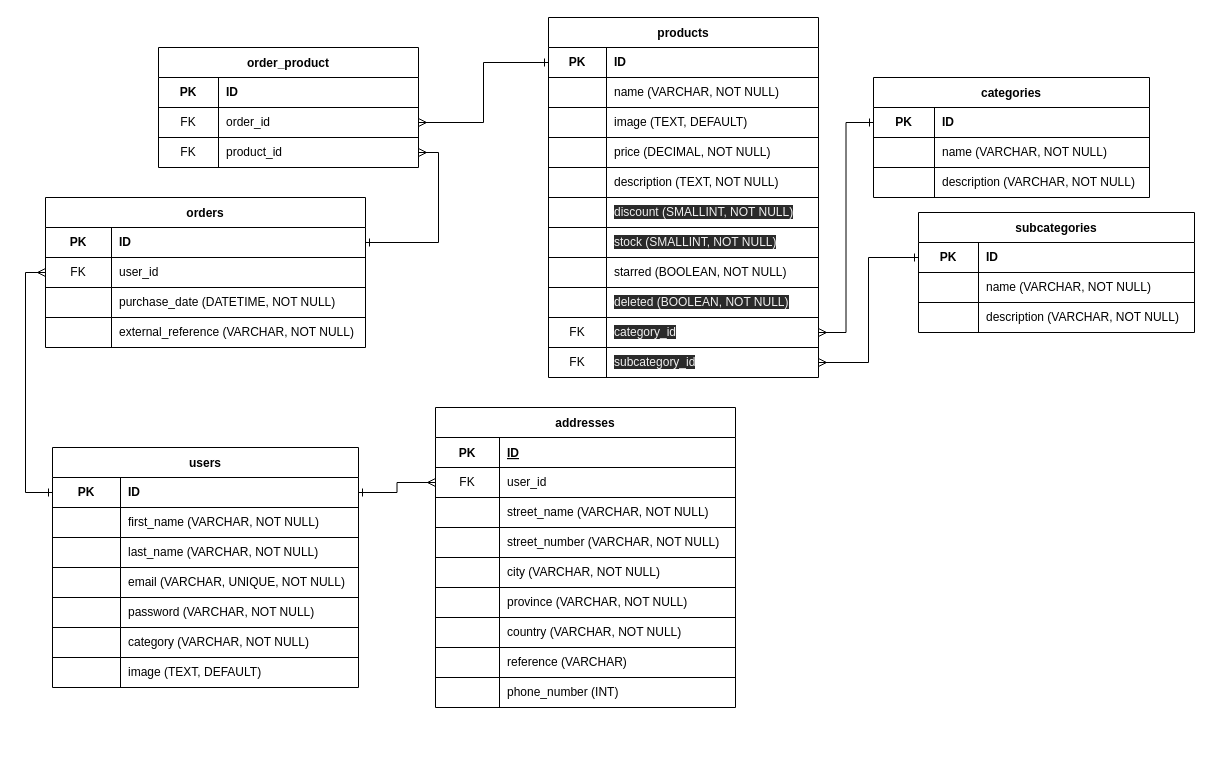
The draw.io diagram decamping-ERD.drawio in 0621CDFSNCN12LAED/grupo-12, before the edit. Source tidied: cells renumbered, new cells numbered last; positions are measured from the earlier drawing's top-left corner, leaving out a move shared by most shapes. Both pictures are drawn from the tidied source at 100%, with x=0, y=0 at pixel (45, 17).
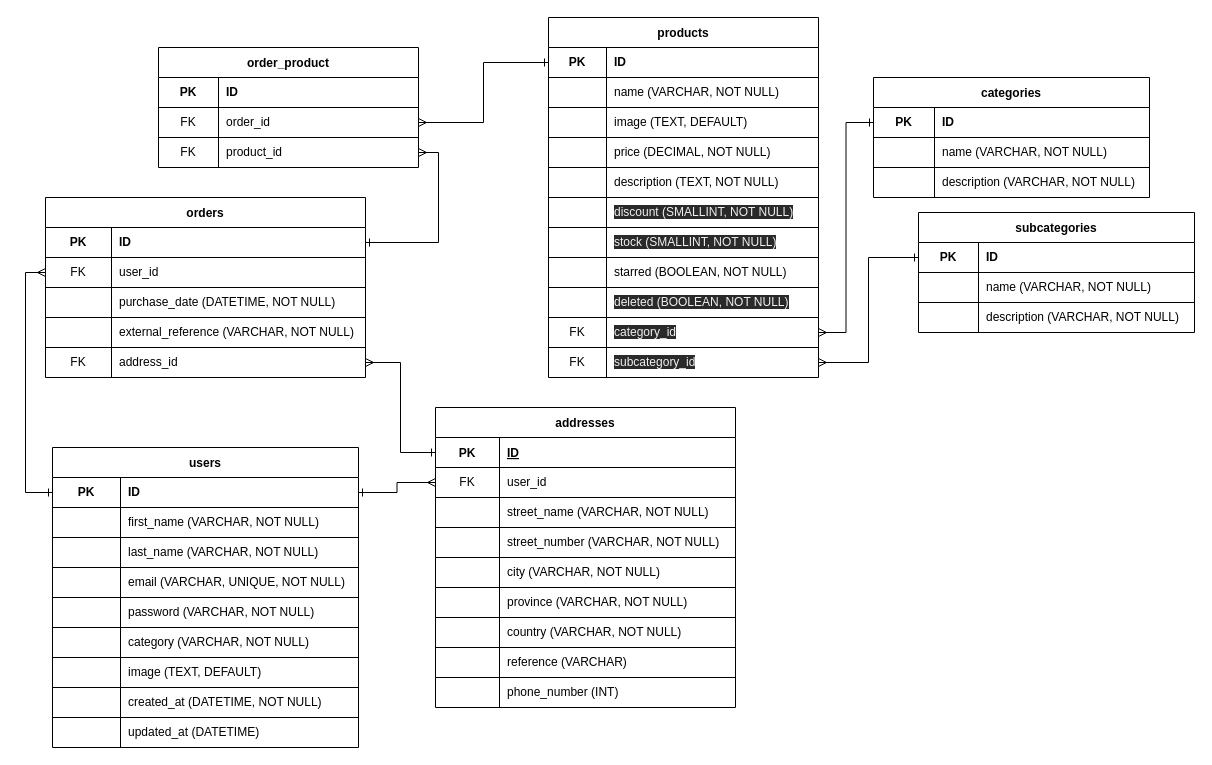
The same page after the edit.

Unchanged cells that the change refers to:
```xml
<mxCell id="103" style="shape=partialRectangle;fillColor=none;top=0;left=0;bottom=1;right=0;points=[[0,0.5],[1,0.5]];portConstraint=eastwest;" parent="102" vertex="1">
  <mxGeometry y="30" width="300" height="30" as="geometry" />
</mxCell>
```

Diff of the diagram source:
```diff
@@
     <mxCell id="56" value="users" style="shape=table;startSize=30;childLayout=tableLayout;rowLines=1;fontStyle=1;align=center;" parent="1" vertex="1">
-      <mxGeometry x="7" y="430" width="306" height="240" as="geometry" />
+      <mxGeometry x="7" y="430" width="306" height="300" as="geometry" />
     </mxCell>
@@
+    <mxCell id="136" style="shape=partialRectangle;html=1;whiteSpace=wrap;fillColor=none;top=0;left=0;bottom=0;right=0;" parent="56" vertex="1">
+      <mxGeometry y="240" width="306" height="30" as="geometry" />
+    </mxCell>
+    <mxCell id="137" style="shape=partialRectangle;html=1;whiteSpace=wrap;fillColor=none;top=0;left=0;bottom=0;right=0;overflow=hidden;" parent="136" vertex="1">
+      <mxGeometry width="68" height="30" as="geometry" />
+    </mxCell>
+    <mxCell id="138" value="created_at (DATETIME, NOT NULL)" style="shape=partialRectangle;html=1;whiteSpace=wrap;fillColor=none;top=0;left=0;bottom=0;right=0;align=left;spacingLeft=6;overflow=hidden;" parent="136" vertex="1">
+      <mxGeometry x="68" width="238" height="30" as="geometry" />
+    </mxCell>
+    <mxCell id="139" style="shape=partialRectangle;html=1;whiteSpace=wrap;fillColor=none;top=0;left=0;bottom=0;right=0;" parent="56" vertex="1">
+      <mxGeometry y="270" width="306" height="30" as="geometry" />
+    </mxCell>
+    <mxCell id="140" style="shape=partialRectangle;html=1;whiteSpace=wrap;fillColor=none;top=0;left=0;bottom=0;right=0;overflow=hidden;" parent="139" vertex="1">
+      <mxGeometry width="68" height="30" as="geometry" />
+    </mxCell>
+    <mxCell id="141" value="updated_at (DATETIME)" style="shape=partialRectangle;html=1;whiteSpace=wrap;fillColor=none;top=0;left=0;bottom=0;right=0;align=left;spacingLeft=6;overflow=hidden;" parent="139" vertex="1">
+      <mxGeometry x="68" width="238" height="30" as="geometry" />
+    </mxCell>
     <mxCell id="78" value="orders" style="shape=table;startSize=30;childLayout=tableLayout;rowLines=1;fontStyle=1;align=center;" parent="1" vertex="1">
-      <mxGeometry y="180" width="320" height="150" as="geometry" />
+      <mxGeometry y="180" width="320" height="180" as="geometry" />
     </mxCell>
@@
+    <mxCell id="142" style="shape=partialRectangle;html=1;whiteSpace=wrap;fillColor=none;top=0;left=0;bottom=0;right=0;points=[[0,0.5],[1,0.5]];portConstraint=eastwest;" parent="78" vertex="1">
+      <mxGeometry y="150" width="320" height="30" as="geometry" />
+    </mxCell>
+    <mxCell id="143" value="FK" style="shape=partialRectangle;html=1;whiteSpace=wrap;fillColor=none;top=0;left=0;bottom=0;right=0;overflow=hidden;" parent="142" vertex="1">
+      <mxGeometry width="66" height="30" as="geometry" />
+    </mxCell>
+    <mxCell id="144" value="address_id&amp;nbsp;" style="shape=partialRectangle;html=1;whiteSpace=wrap;fillColor=none;top=0;left=0;bottom=0;right=0;align=left;spacingLeft=6;overflow=hidden;" parent="142" vertex="1">
+      <mxGeometry x="66" width="254" height="30" as="geometry" />
+    </mxCell>
@@
+    <mxCell id="145" style="edgeStyle=orthogonalEdgeStyle;rounded=0;jettySize=auto;html=1;exitX=0;exitY=0.5;exitDx=0;exitDy=0;entryX=1;entryY=0.5;entryDx=0;entryDy=0;endArrow=ERmany;endFill=0;startArrow=ERone;startFill=0;" parent="1" edge="1" source="103" target="142">
+      <mxGeometry relative="1" as="geometry" />
+    </mxCell>
```
